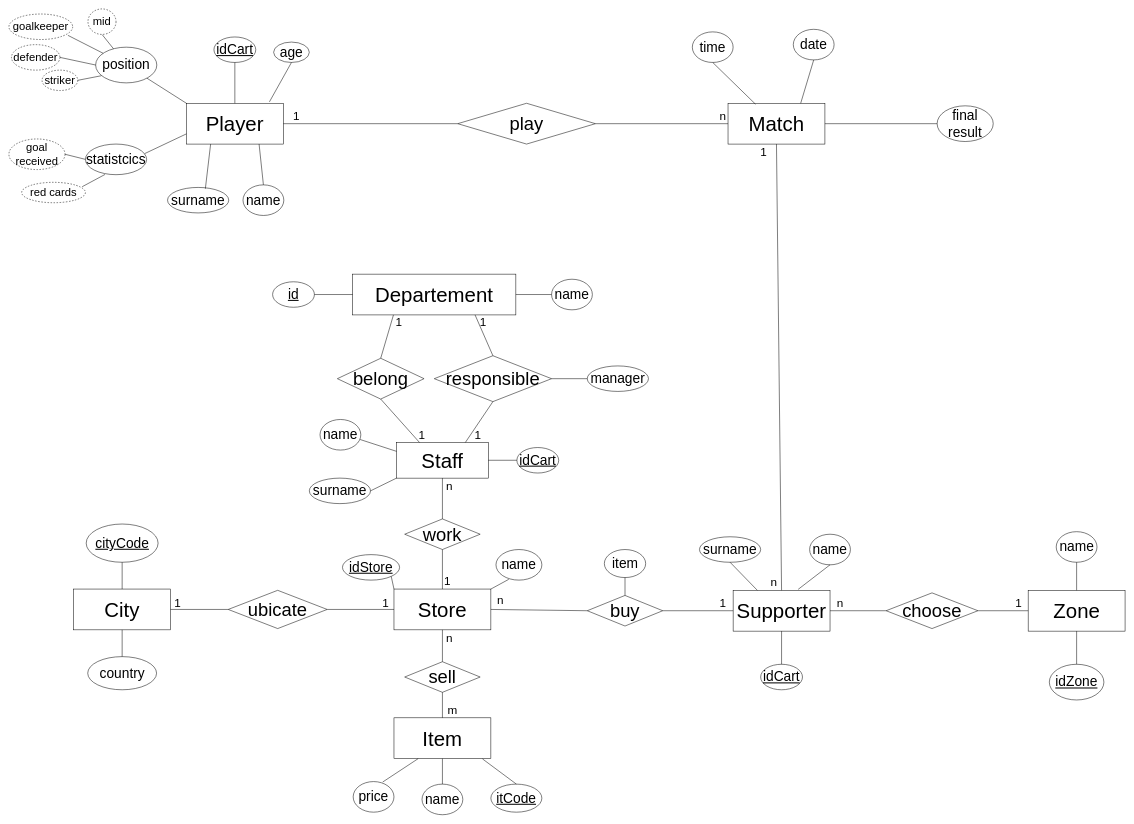
ad-discit/Awale-v2 keeps this draw.io diagram as diagrams/ERD to relational model.drawio. Above is the earlier version. Source tidied: cells renumbered, new cells numbered last; positions are measured from the earlier drawing's top-left corner, leaving out a move shared by most shapes. Both pictures are drawn from the tidied source at 51%, with x=0, y=0 at pixel (9, 9).
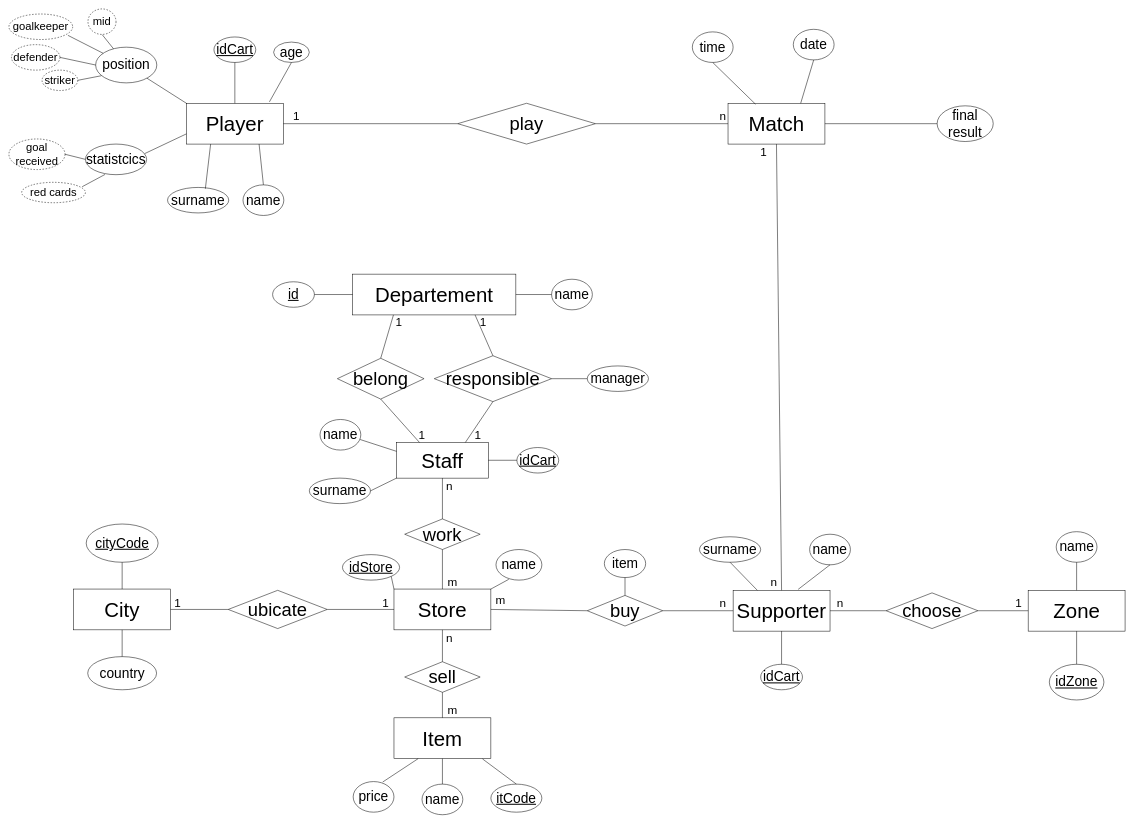
The same diagram, later.

Commit message (it also covers changes not shown here):
Mettre à jour ERD to relational model.drawio

Diff of the diagram source:
```diff
@@
-    <mxCell id="107" value="&lt;font style=&quot;font-size: 23px;&quot;&gt;1&lt;/font&gt;" style="text;html=1;align=center;verticalAlign=middle;whiteSpace=wrap;rounded=0;" parent="1" vertex="1">
+    <mxCell id="107" value="&lt;font style=&quot;font-size: 23px;&quot;&gt;n&lt;/font&gt;" style="text;html=1;align=center;verticalAlign=middle;whiteSpace=wrap;rounded=0;" parent="1" vertex="1">
       <mxGeometry x="1370" y="1150" width="60" height="30" as="geometry" />
     </mxCell>
@@
-    <mxCell id="120" value="&lt;font style=&quot;font-size: 23px;&quot;&gt;1&lt;/font&gt;" style="text;html=1;align=center;verticalAlign=middle;whiteSpace=wrap;rounded=0;" parent="1" vertex="1">
-      <mxGeometry x="830" y="1107.5" width="60" height="30" as="geometry" />
+    <mxCell id="120" value="&lt;span style=&quot;font-size: 23px;&quot;&gt;m&lt;/span&gt;" style="text;html=1;align=center;verticalAlign=middle;whiteSpace=wrap;rounded=0;" parent="1" vertex="1">
+      <mxGeometry x="840" y="1110" width="60" height="30" as="geometry" />
     </mxCell>
-    <mxCell id="121" value="&lt;font style=&quot;font-size: 23px;&quot;&gt;n&lt;/font&gt;" style="text;html=1;align=center;verticalAlign=middle;whiteSpace=wrap;rounded=0;" parent="1" vertex="1">
+    <mxCell id="121" value="&lt;span style=&quot;font-size: 23px;&quot;&gt;m&lt;/span&gt;" style="text;html=1;align=center;verticalAlign=middle;whiteSpace=wrap;rounded=0;" parent="1" vertex="1">
       <mxGeometry x="934" y="1145" width="60" height="30" as="geometry" />
     </mxCell>
```
